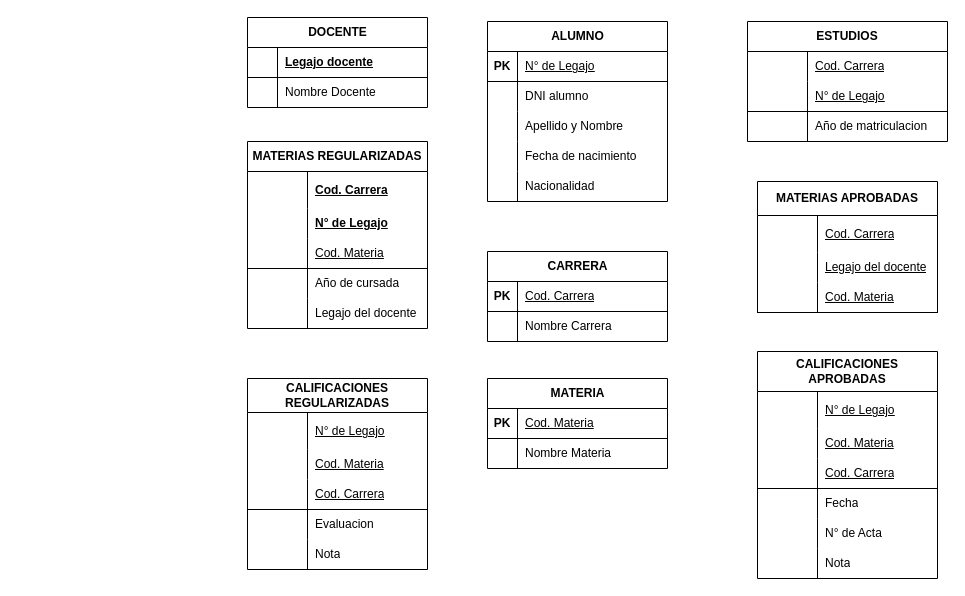
Ailenmarina/Grupo11 keeps this draw.io diagram as page "DER" (3 of 3) of Grupo11_Parcial1.drawio. Above is the earlier version. Source tidied: cells renumbered, new cells numbered last; positions are measured from the earlier drawing's top-left corner, leaving out a move shared by most shapes. Both pictures are drawn from the tidied source at 100%, with x=0, y=0 at pixel (17, 17).
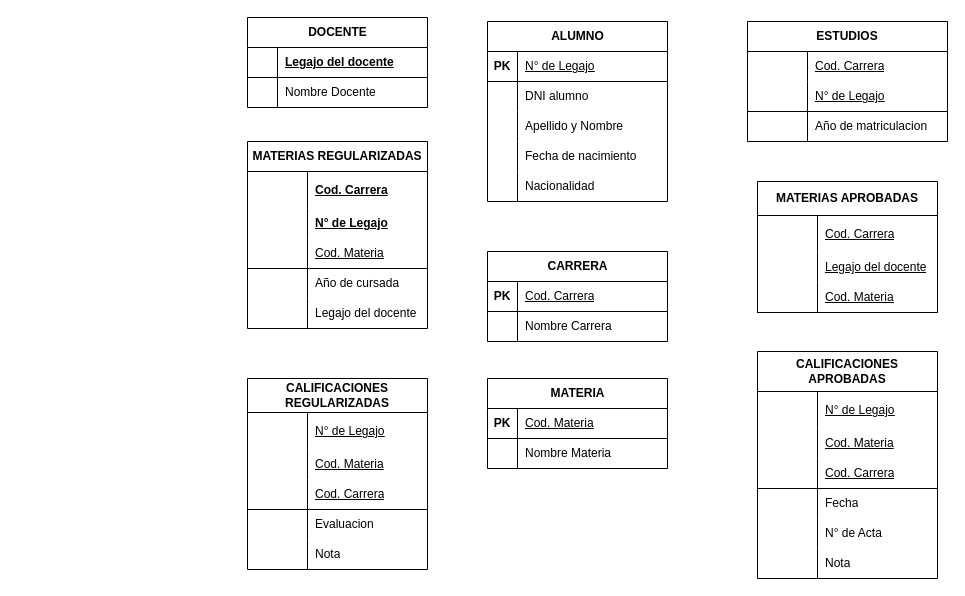
The same diagram, later.

The change refers to these unchanged cells:
```xml
<mxCell id="3" style="shape=tableRow;horizontal=0;startSize=0;swimlaneHead=0;swimlaneBody=0;fillColor=none;top=0;left=0;right=0;bottom=1;" parent="2" vertex="1">
  <mxGeometry y="30" width="180" height="30" as="geometry" />
</mxCell>
```

The edit, as a diff of the source:
```diff
@@
-    <mxCell id="5" value="Legajo docente" style="shape=partialRectangle;fillColor=none;top=0;left=0;bottom=0;right=0;align=left;spacingLeft=6;fontStyle=5;overflow=hidden;whiteSpace=wrap;html=1;" parent="3" vertex="1">
+    <mxCell id="5" value="Legajo del docente" style="shape=partialRectangle;fillColor=none;top=0;left=0;bottom=0;right=0;align=left;spacingLeft=6;fontStyle=5;overflow=hidden;whiteSpace=wrap;html=1;" parent="3" vertex="1">
       <mxGeometry x="30" width="150" height="30" as="geometry" />
     </mxCell>
```
